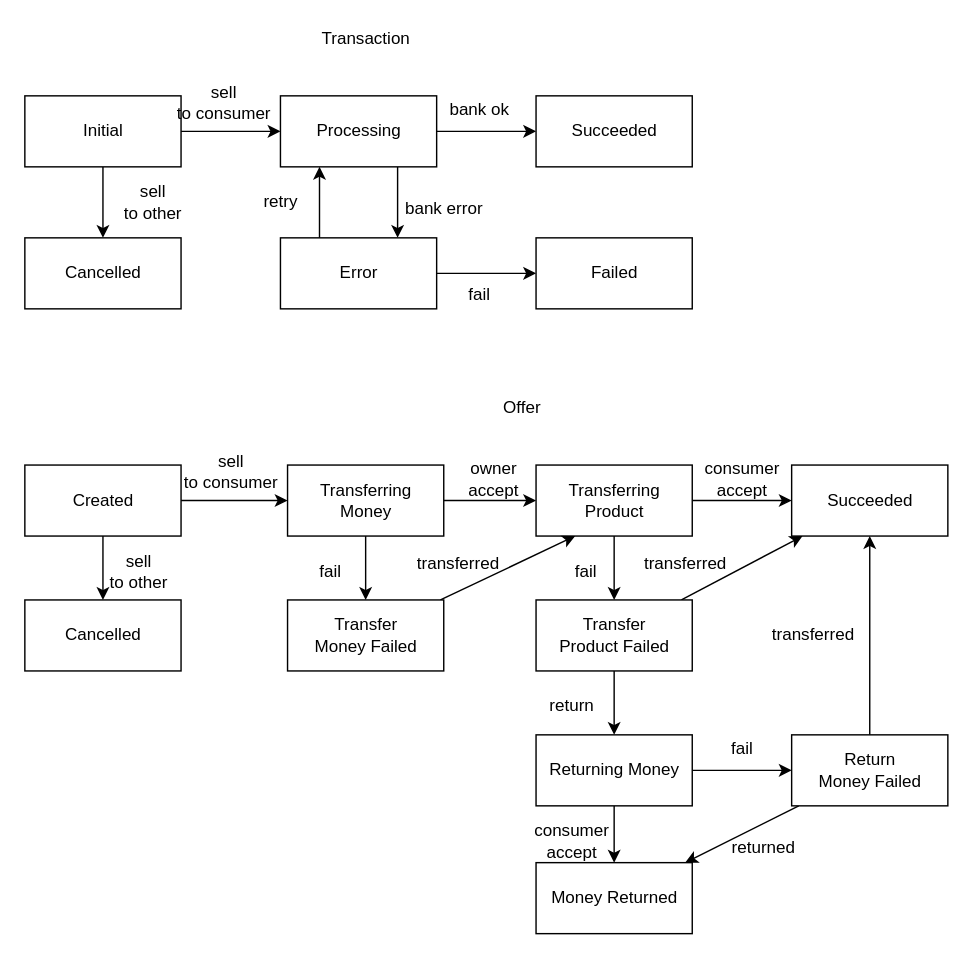
Above: page "Page-2" (2 of 2) of docs/er.drawio in maxhha/bmstu-iu7-db-cp (draw.io), before the change. Source tidied: cells renumbered, new cells numbered last; positions are measured from the earlier drawing's top-left corner, leaving out a move shared by most shapes. Both pictures are drawn from the tidied source at 142%, with x=0, y=0 at pixel (24, 24).
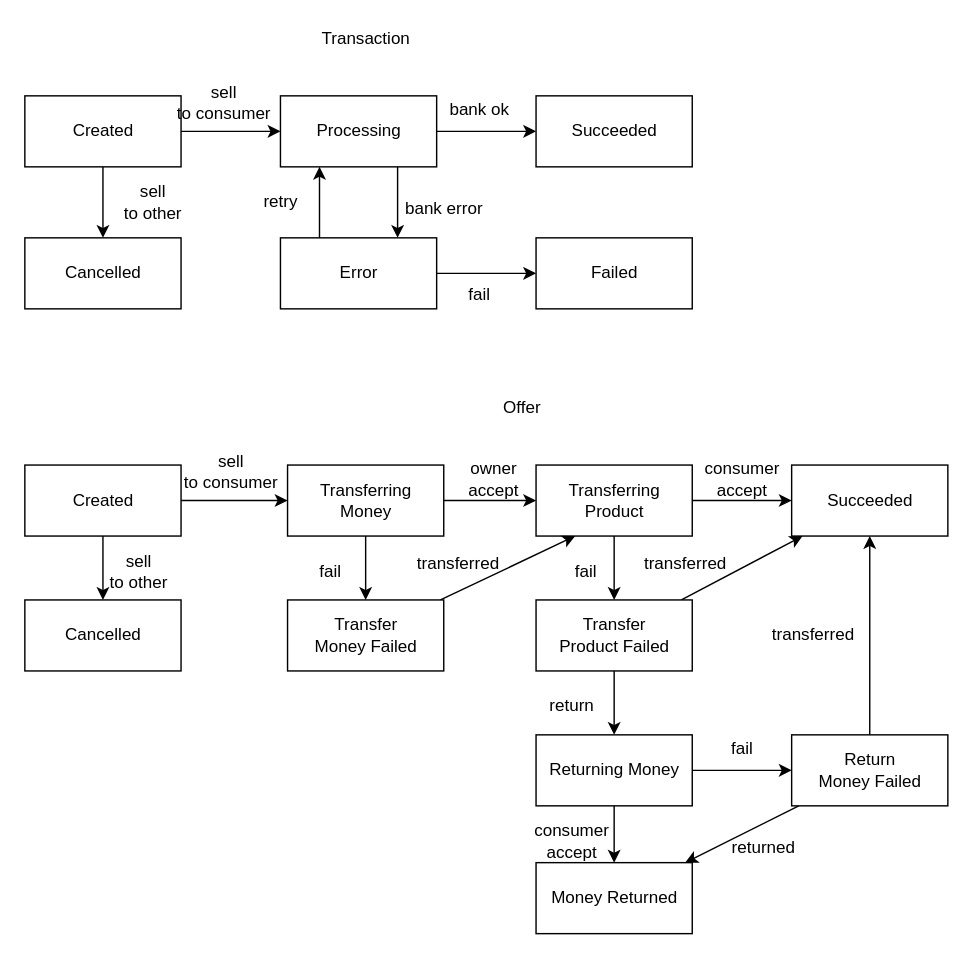
Above is the later version.

The edit, as a diff of the source:
```diff
@@
-    <mxCell id="6" value="Initial" style="html=1;" parent="1" vertex="1">
+    <mxCell id="6" value="Created" style="html=1;" parent="1" vertex="1">
       <mxGeometry y="50" width="110" height="50" as="geometry" />
     </mxCell>
```
